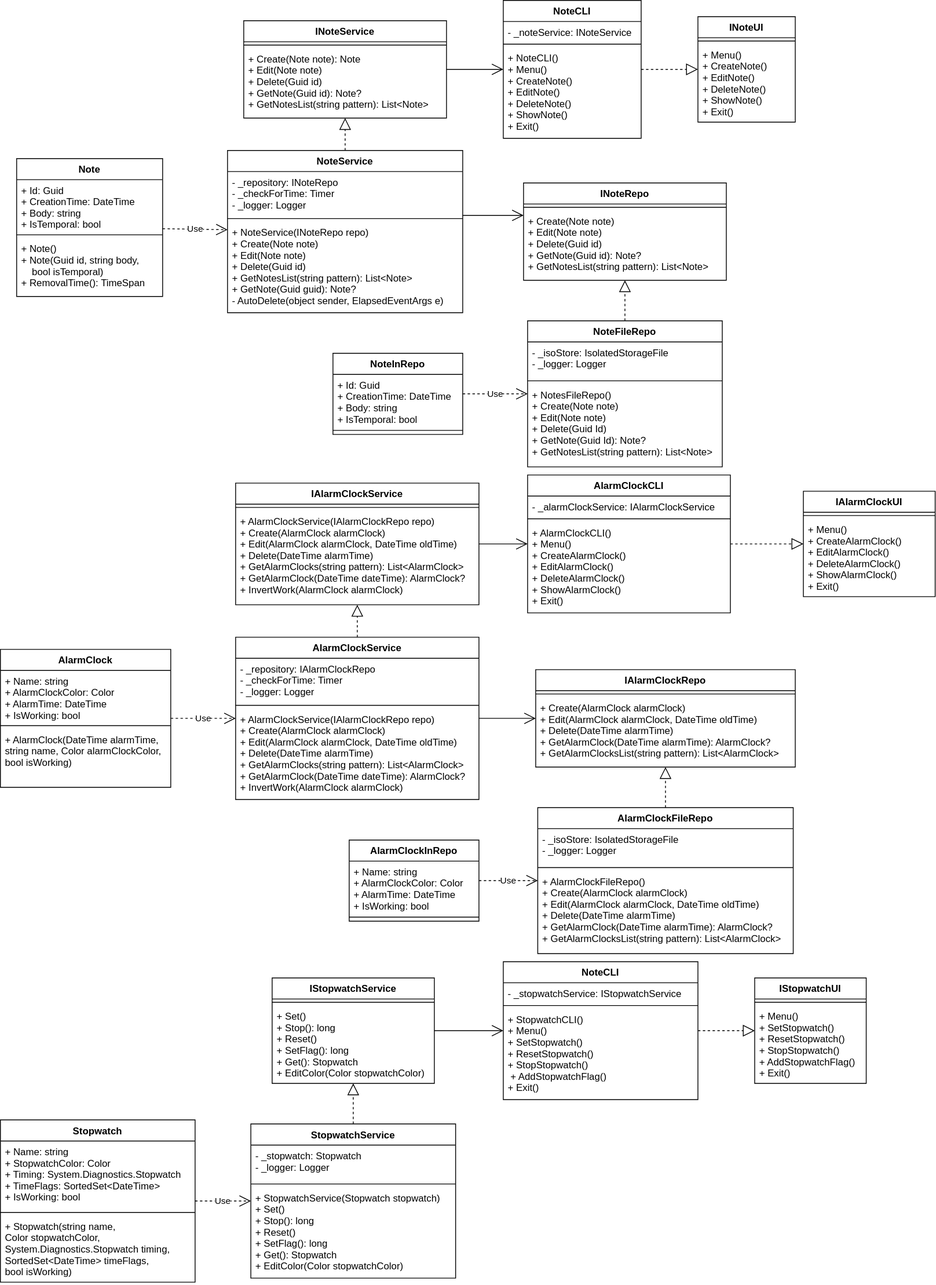
Earlier version of the draw.io export Изображения/Лаба-UML данных и логики.svg (izen57/PPO). Source tidied: cells renumbered, new cells last; positions are measured from the earlier drawing's top-left corner, leaving out a move shared by most shapes.
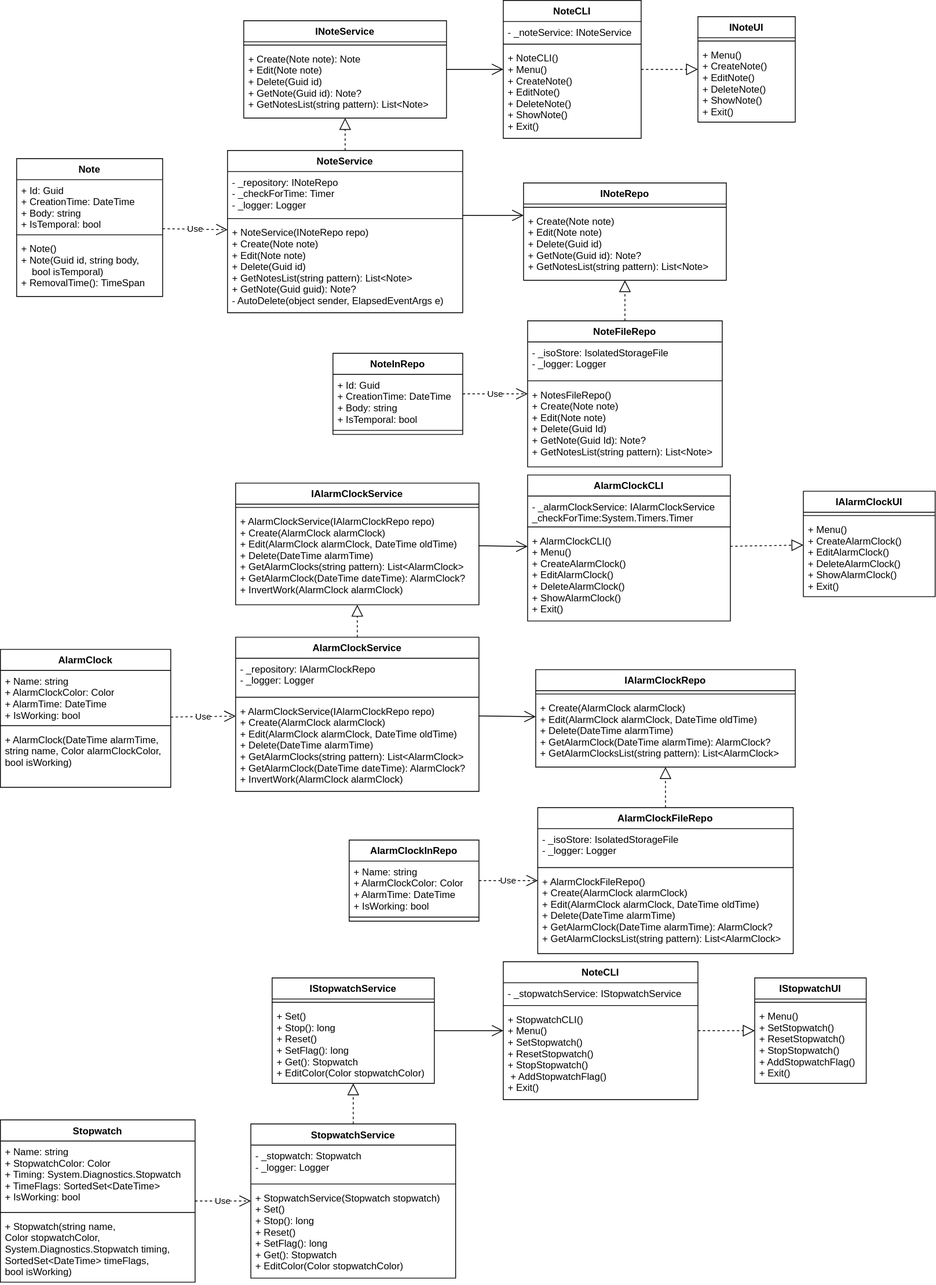
The same diagram one commit later.

What changed in the source:
```diff
@@ -87,16 +87,16 @@
       <mxGeometry y="98" width="210" height="72" as="geometry" />
     </mxCell>
     <mxCell id="30" value="AlarmClockService" style="swimlane;fontStyle=1;align=center;verticalAlign=top;horizontal=1;startSize=26;" parent="1" vertex="1">
-      <mxGeometry x="290" y="785" width="300" height="200" as="geometry" />
+      <mxGeometry x="290" y="785" width="300" height="190" as="geometry" />
     </mxCell>
-    <mxCell id="31" value="- _repository: IAlarmClockRepo&#10;- _checkForTime: Timer&#10;- _logger: Logger" style="text;strokeColor=none;fillColor=none;align=left;verticalAlign=top;spacingLeft=4;spacingRight=4;overflow=hidden;" parent="30" vertex="1">
-      <mxGeometry y="26" width="300" height="54" as="geometry" />
+    <mxCell id="31" value="- _repository: IAlarmClockRepo&#10;- _logger: Logger" style="text;strokeColor=none;fillColor=none;align=left;verticalAlign=top;spacingLeft=4;spacingRight=4;overflow=hidden;" parent="30" vertex="1">
+      <mxGeometry y="26" width="300" height="44" as="geometry" />
     </mxCell>
     <mxCell id="32" style="line;strokeWidth=1;fillColor=none;align=left;verticalAlign=middle;spacingTop=-1;spacingLeft=3;spacingRight=3;labelPosition=right;strokeColor=inherit;" parent="30" vertex="1">
-      <mxGeometry y="80" width="300" height="8" as="geometry" />
+      <mxGeometry y="70" width="300" height="8" as="geometry" />
     </mxCell>
     <mxCell id="33" value="+ AlarmClockService(IAlarmClockRepo repo)&#10;+ Create(AlarmClock alarmClock)&#10;+ Edit(AlarmClock alarmClock, DateTime oldTime)&#10;+ Delete(DateTime alarmTime)&#10;+ GetAlarmClocks(string pattern): List&lt;AlarmClock&gt;&#10;+ GetAlarmClock(DateTime dateTime): AlarmClock?&#10;+ InvertWork(AlarmClock alarmClock)" style="text;strokeColor=none;fillColor=none;align=left;verticalAlign=top;spacingLeft=4;spacingRight=4;overflow=hidden;" parent="30" vertex="1">
-      <mxGeometry y="88" width="300" height="112" as="geometry" />
+      <mxGeometry y="78" width="300" height="112" as="geometry" />
     </mxCell>
     <mxCell id="34" value="IAlarmClockService" style="swimlane;fontStyle=1;align=center;verticalAlign=top;horizontal=1;startSize=26;" parent="1" vertex="1">
       <mxGeometry x="290" y="595" width="300" height="150" as="geometry" />
@@ -211,16 +211,16 @@
       <mxGeometry y="34" width="162.5" height="96" as="geometry" />
     </mxCell>
     <mxCell id="70" value="AlarmClockCLI" style="swimlane;fontStyle=1;align=center;verticalAlign=top;horizontal=1;startSize=26;" parent="1" vertex="1">
-      <mxGeometry x="650" y="585" width="250" height="170" as="geometry" />
+      <mxGeometry x="650" y="585" width="250" height="180" as="geometry" />
     </mxCell>
-    <mxCell id="71" value="- _alarmClockService: IAlarmClockService&#10;" style="text;strokeColor=none;fillColor=none;align=left;verticalAlign=top;spacingLeft=4;spacingRight=4;overflow=hidden;" parent="70" vertex="1">
-      <mxGeometry y="26" width="250" height="24" as="geometry" />
+    <mxCell id="71" value="- _alarmClockService: IAlarmClockService&#10;_checkForTime:System.Timers.Timer &#10;" style="text;strokeColor=none;fillColor=none;align=left;verticalAlign=top;spacingLeft=4;spacingRight=4;overflow=hidden;" parent="70" vertex="1">
+      <mxGeometry y="26" width="250" height="34" as="geometry" />
     </mxCell>
     <mxCell id="72" style="line;strokeWidth=1;fillColor=none;align=left;verticalAlign=middle;spacingTop=-1;spacingLeft=3;spacingRight=3;labelPosition=right;strokeColor=inherit;" parent="70" vertex="1">
-      <mxGeometry y="50" width="250" height="8" as="geometry" />
+      <mxGeometry y="60" width="250" height="8" as="geometry" />
     </mxCell>
     <mxCell id="73" value="+ AlarmClockCLI()&#10;+ Menu()&#10;+ CreateAlarmClock()&#10;+ EditAlarmClock()&#10;+ DeleteAlarmClock()&#10;+ ShowAlarmClock()&#10;+ Exit()" style="text;strokeColor=none;fillColor=none;align=left;verticalAlign=top;spacingLeft=4;spacingRight=4;overflow=hidden;" parent="70" vertex="1">
-      <mxGeometry y="58" width="250" height="112" as="geometry" />
+      <mxGeometry y="68" width="250" height="112" as="geometry" />
     </mxCell>
     <mxCell id="74" style="endArrow=open;endFill=1;endSize=12;html=1;rounded=0;elbow=vertical;" parent="1" edge="1" source="34" target="70">
       <mxGeometry relative="1" as="geometry" />
```
